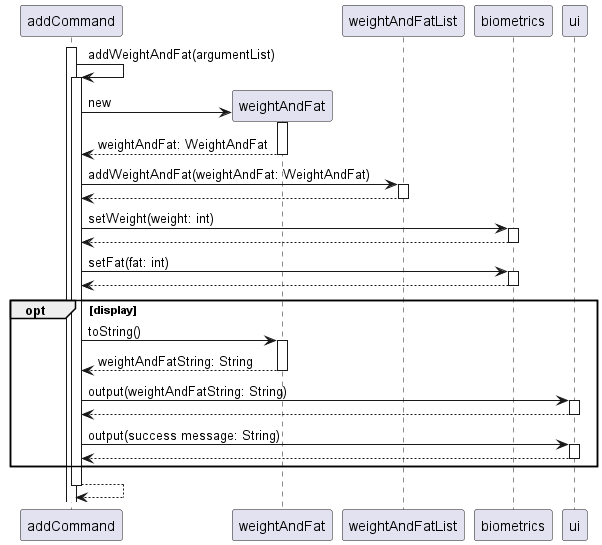
Earlier version of the PlantUML export docs/UmlDiagrams/AddWeightAndFat.png (nus-cs2113-AY2223S1/tp). Source of this version:
```plantuml
@startuml

autoactivate on


activate addCommand
    addCommand -> addCommand: addWeightAndFat(argumentList)
    addCommand -> weightAndFat **: new
    activate weightAndFat
    addCommand <-- weightAndFat: weightAndFat: WeightAndFat
    addCommand -> weightAndFatList: addWeightAndFat(weightAndFat: WeightAndFat)
    return
    addCommand -> biometrics: setWeight(weight: int)
    return
    addCommand -> biometrics: setFat(fat: int)
    return
    opt display
        addCommand -> weightAndFat: toString()
        return weightAndFatString: String
        addCommand -> ui: output(weightAndFatString: String)
        return
        addCommand -> ui: output(success message: String)
        return
    end
return

@enduml
```
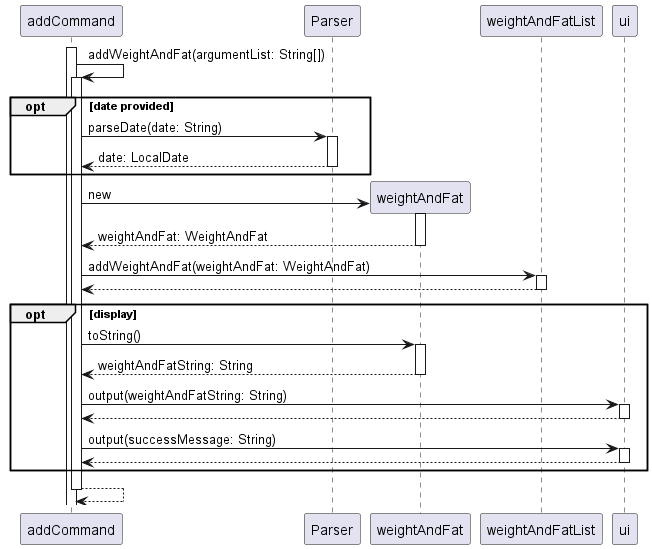
After the change.

The edit, as a diff of the source:
```diff
@@ -4,22 +4,22 @@
 
 
 activate addCommand
-    addCommand -> addCommand: addWeightAndFat(argumentList)
+    addCommand -> addCommand: addWeightAndFat(argumentList: String[])
+    opt date provided
+        addCommand -> Parser: parseDate(date: String)
+        return date: LocalDate
+    end
     addCommand -> weightAndFat **: new
     activate weightAndFat
     addCommand <-- weightAndFat: weightAndFat: WeightAndFat
     addCommand -> weightAndFatList: addWeightAndFat(weightAndFat: WeightAndFat)
-    return
-    addCommand -> biometrics: setWeight(weight: int)
-    return
-    addCommand -> biometrics: setFat(fat: int)
     return
     opt display
         addCommand -> weightAndFat: toString()
         return weightAndFatString: String
         addCommand -> ui: output(weightAndFatString: String)
         return
-        addCommand -> ui: output(success message: String)
+        addCommand -> ui: output(successMessage: String)
         return
     end
 return
```
